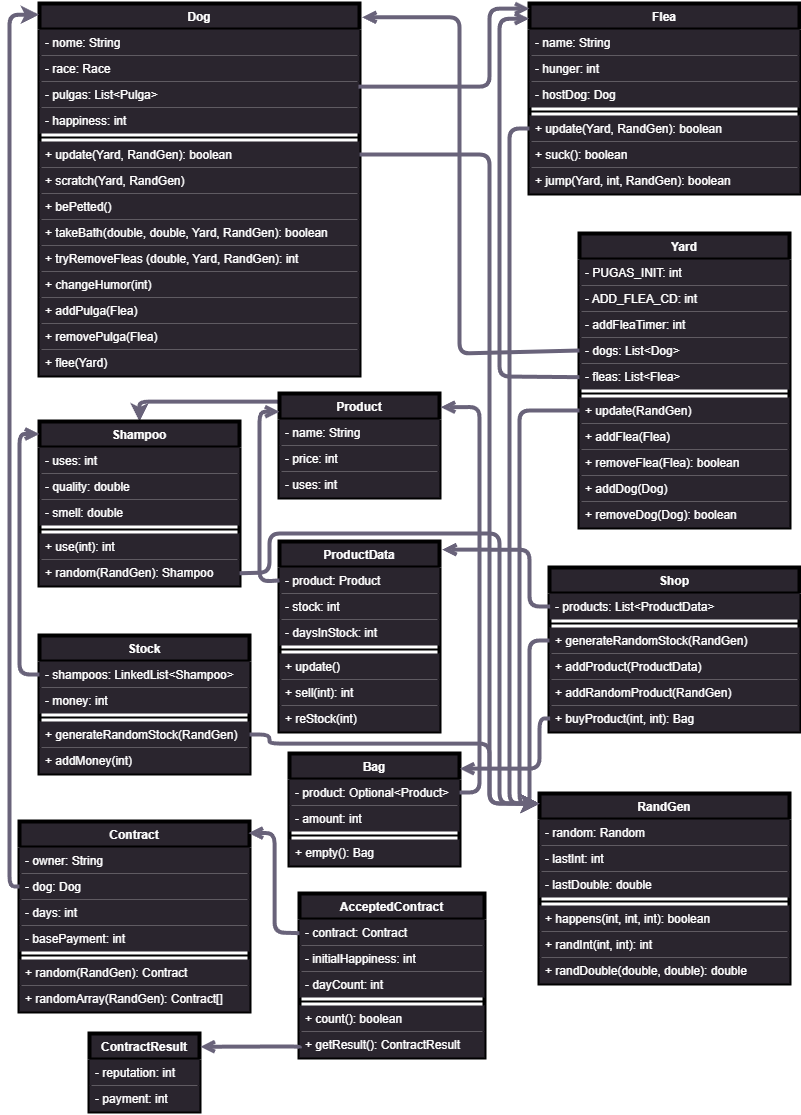
The draw.io diagram Engenharia de Software/pulgas/docs/pulgas_uml.png in paulo-granthon/bertoti, before a commit. Source tidied: cells renumbered, new cells last; positions are measured from the earlier drawing's top-left corner, leaving out a move shared by most shapes.
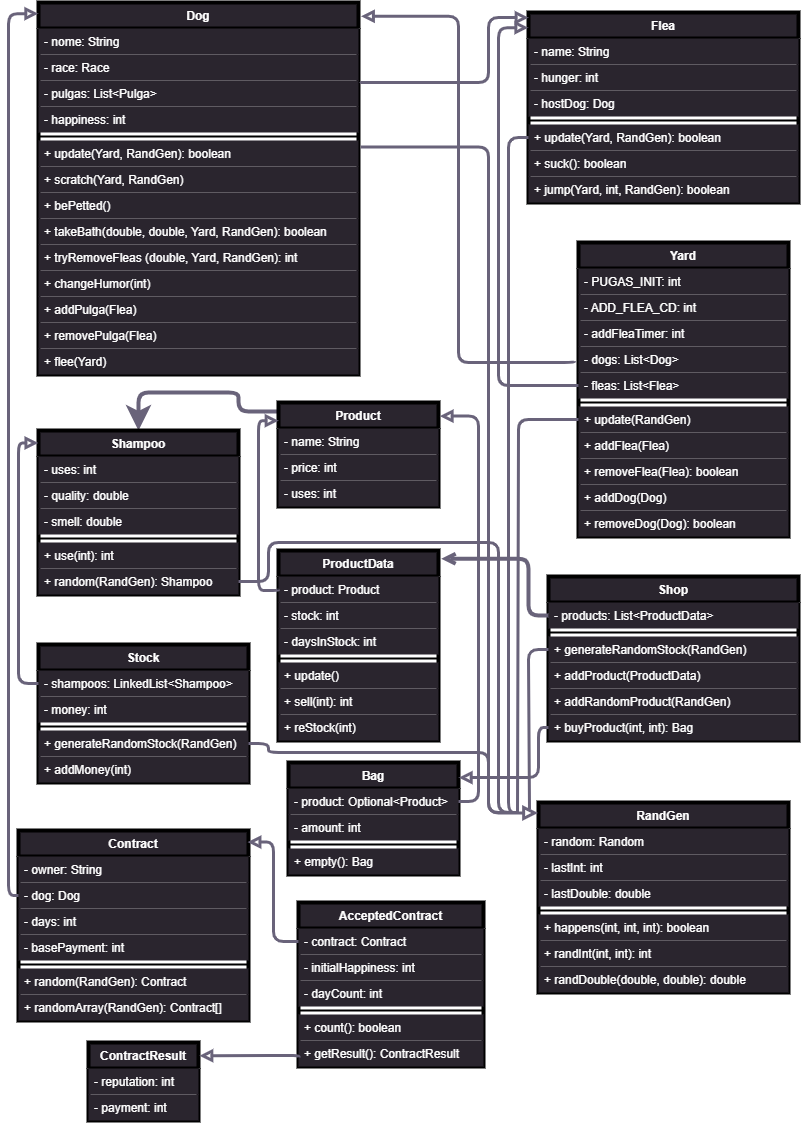
Above is the later version.

Diff of the diagram source:
```diff
@@ -3,7 +3,7 @@
     <mxCell id="0" />
     <mxCell id="1" parent="0" />
     <mxCell id="2" value="Dog" style="swimlane;fontStyle=1;align=center;verticalAlign=top;horizontal=1;startSize=26;strokeWidth=4;shadow=0;rounded=0;labelBackgroundColor=none;fontColor=#FFFFFF;labelBorderColor=none;backgroundOutline=0;enumerate=0;comic=0;snapToPoint=1;fixDash=0;fillColor=#2A252E;swimlaneLine=1;glass=0;" parent="1" vertex="1">
-      <mxGeometry x="30" width="320" height="372" as="geometry" />
+      <mxGeometry x="30" y="-10" width="320" height="372" as="geometry" />
     </mxCell>
     <mxCell id="3" value="- nome: String" style="text;strokeColor=none;fillColor=#2A252E;align=left;verticalAlign=top;spacingLeft=4;spacingRight=4;overflow=hidden;strokeWidth=2;shadow=0;rounded=0;labelBackgroundColor=none;fontColor=#FFFFFF;labelBorderColor=none;backgroundOutline=0;enumerate=0;comic=0;fixDash=0;swimlaneLine=1;glass=0;arcSize=0;" parent="2" vertex="1">
       <mxGeometry y="26" width="320" height="26" as="geometry" />
@@ -95,10 +95,12 @@
     <mxCell id="32" value="+ jump(Yard, int, RandGen): boolean" style="text;strokeColor=none;fillColor=#2A252E;align=left;verticalAlign=top;spacingLeft=4;spacingRight=4;overflow=hidden;strokeWidth=2;shadow=0;rounded=0;labelBackgroundColor=none;fontColor=#FFFFFF;labelBorderColor=none;backgroundOutline=0;enumerate=0;comic=0;fixDash=0;swimlaneLine=1;glass=0;arcSize=0;" parent="25" vertex="1">
       <mxGeometry y="164" width="270" height="26" as="geometry" />
     </mxCell>
-    <mxCell id="33" style="edgeStyle=orthogonalEdgeStyle;rounded=1;jettySize=auto;entryX=0;entryY=0.027;entryDx=0;entryDy=0;entryPerimeter=0;endArrow=open;endFill=0;exitX=0.997;exitY=0.195;exitDx=0;exitDy=0;exitPerimeter=0;strokeWidth=4;shadow=0;labelBackgroundColor=none;fontColor=#FFFFFF;labelBorderColor=none;backgroundOutline=0;enumerate=0;comic=0;snapToPoint=1;fixDash=0;swimlaneLine=1;strokeColor=#69637A;" parent="1" edge="1" source="5" target="25">
+    <mxCell id="33" style="edgeStyle=orthogonalEdgeStyle;rounded=1;jettySize=auto;entryX=0;entryY=0.027;entryDx=0;entryDy=0;entryPerimeter=0;endArrow=block;endFill=0;strokeWidth=3;shadow=0;labelBackgroundColor=none;fontColor=#FFFFFF;labelBorderColor=none;backgroundOutline=0;enumerate=0;comic=0;snapToPoint=1;fixDash=0;swimlaneLine=1;strokeColor=#69637A;" parent="1" edge="1" target="25">
       <mxGeometry relative="1" as="geometry">
+        <mxPoint x="360" y="70" as="sourcePoint" />
         <Array as="points">
-          <mxPoint x="480" y="83" />
+          <mxPoint x="349" y="70" />
+          <mxPoint x="480" y="70" />
           <mxPoint x="480" y="5" />
         </Array>
       </mxGeometry>
@@ -139,7 +141,7 @@
     <mxCell id="45" value="+ removeDog(Dog): boolean" style="text;strokeColor=none;fillColor=#2A252E;align=left;verticalAlign=top;spacingLeft=4;spacingRight=4;overflow=hidden;strokeWidth=2;shadow=0;rounded=0;labelBackgroundColor=none;fontColor=#FFFFFF;labelBorderColor=none;backgroundOutline=0;enumerate=0;comic=0;fixDash=0;perimeterSpacing=0;arcSize=0;swimlaneLine=1;" parent="34" vertex="1">
       <mxGeometry y="268" width="210" height="26" as="geometry" />
     </mxCell>
-    <mxCell id="46" style="edgeStyle=orthogonalEdgeStyle;rounded=1;jettySize=auto;entryX=-0.001;entryY=0.08;entryDx=0;entryDy=0;entryPerimeter=0;endArrow=open;endFill=0;strokeWidth=4;shadow=0;labelBackgroundColor=none;fontColor=#FFFFFF;labelBorderColor=none;backgroundOutline=0;enumerate=0;comic=0;snapToPoint=1;fixDash=0;swimlaneLine=1;strokeColor=#69637A;" parent="1" edge="1" source="39" target="25">
+    <mxCell id="46" style="edgeStyle=orthogonalEdgeStyle;rounded=1;jettySize=auto;entryX=-0.001;entryY=0.08;entryDx=0;entryDy=0;entryPerimeter=0;endArrow=block;endFill=0;strokeWidth=3;shadow=0;labelBackgroundColor=none;fontColor=#FFFFFF;labelBorderColor=none;backgroundOutline=0;enumerate=0;comic=0;snapToPoint=1;fixDash=0;swimlaneLine=1;strokeColor=#69637A;" parent="1" edge="1" source="39" target="25">
       <mxGeometry relative="1" as="geometry">
         <Array as="points">
           <mxPoint x="490" y="373" />
@@ -147,19 +149,22 @@
         </Array>
       </mxGeometry>
     </mxCell>
-    <mxCell id="47" style="edgeStyle=orthogonalEdgeStyle;rounded=1;jettySize=auto;endArrow=open;endFill=0;entryX=1.008;entryY=0.037;entryDx=0;entryDy=0;entryPerimeter=0;strokeWidth=4;shadow=0;labelBackgroundColor=none;fontColor=#FFFFFF;labelBorderColor=none;backgroundOutline=0;enumerate=0;comic=0;snapToPoint=1;fixDash=0;swimlaneLine=1;strokeColor=#69637A;" parent="1" edge="1" source="38" target="2">
+    <mxCell id="47" style="edgeStyle=orthogonalEdgeStyle;rounded=1;jettySize=auto;endArrow=block;endFill=0;entryX=1.008;entryY=0.037;entryDx=0;entryDy=0;entryPerimeter=0;strokeWidth=3;shadow=0;labelBackgroundColor=none;fontColor=#FFFFFF;labelBorderColor=none;backgroundOutline=0;enumerate=0;comic=0;snapToPoint=1;fixDash=0;swimlaneLine=1;strokeColor=#69637A;exitX=-0.019;exitY=0.563;exitDx=0;exitDy=0;exitPerimeter=0;" parent="1" edge="1" source="38" target="2">
       <mxGeometry relative="1" as="geometry">
         <Array as="points">
+          <mxPoint x="566" y="350" />
           <mxPoint x="450" y="350" />
-          <mxPoint x="450" y="14" />
+          <mxPoint x="450" y="4" />
+          <mxPoint x="353" y="4" />
         </Array>
       </mxGeometry>
     </mxCell>
-    <mxCell id="48" style="edgeStyle=orthogonalEdgeStyle;rounded=1;jettySize=auto;entryX=0.5;entryY=0;entryDx=0;entryDy=0;exitX=0.01;exitY=0.093;exitDx=0;exitDy=0;exitPerimeter=0;strokeWidth=4;shadow=0;labelBackgroundColor=none;fontColor=#FFFFFF;labelBorderColor=none;backgroundOutline=0;enumerate=0;comic=0;snapToPoint=1;fixDash=0;swimlaneLine=1;strokeColor=#69637A;" parent="1" edge="1" source="49" target="53">
+    <mxCell id="48" style="edgeStyle=orthogonalEdgeStyle;rounded=1;jettySize=auto;entryX=0.5;entryY=0;entryDx=0;entryDy=0;strokeWidth=4;shadow=0;labelBackgroundColor=none;fontColor=#FFFFFF;labelBorderColor=none;backgroundOutline=0;enumerate=0;comic=0;snapToPoint=1;fixDash=0;swimlaneLine=1;strokeColor=#69637A;endArrow=classic;endFill=1;endSize=13;exitX=0.01;exitY=0.087;exitDx=0;exitDy=0;exitPerimeter=0;" parent="1" edge="1" source="49" target="53">
       <mxGeometry relative="1" as="geometry">
         <Array as="points">
-          <mxPoint x="272" y="398" />
-          <mxPoint x="130" y="398" />
+          <mxPoint x="230" y="399" />
+          <mxPoint x="230" y="380" />
+          <mxPoint x="130" y="380" />
         </Array>
       </mxGeometry>
     </mxCell>
@@ -232,7 +237,7 @@
     <mxCell id="71" value="+ empty(): Bag" style="text;strokeColor=none;fillColor=#2A252E;align=left;verticalAlign=top;spacingLeft=4;spacingRight=4;overflow=hidden;strokeWidth=2;shadow=0;rounded=0;labelBackgroundColor=none;fontColor=#FFFFFF;labelBorderColor=none;backgroundOutline=0;enumerate=0;comic=0;fixDash=0;swimlaneLine=1;glass=0;arcSize=0;" parent="67" vertex="1">
       <mxGeometry y="86" width="170" height="26" as="geometry" />
     </mxCell>
-    <mxCell id="72" style="edgeStyle=orthogonalEdgeStyle;rounded=1;jettySize=auto;exitX=0;exitY=0.5;exitDx=0;exitDy=0;endArrow=open;endFill=0;entryX=0;entryY=0.175;entryDx=0;entryDy=0;entryPerimeter=0;strokeWidth=4;shadow=0;labelBackgroundColor=none;fontColor=#FFFFFF;labelBorderColor=none;backgroundOutline=0;enumerate=0;comic=0;snapToPoint=1;fixDash=0;swimlaneLine=1;strokeColor=#69637A;" parent="1" edge="1" source="18" target="49">
+    <mxCell id="72" style="edgeStyle=orthogonalEdgeStyle;rounded=1;jettySize=auto;exitX=0;exitY=0.5;exitDx=0;exitDy=0;endArrow=block;endFill=0;entryX=0;entryY=0.175;entryDx=0;entryDy=0;entryPerimeter=0;strokeWidth=3;shadow=0;labelBackgroundColor=none;fontColor=#FFFFFF;labelBorderColor=none;backgroundOutline=0;enumerate=0;comic=0;snapToPoint=1;fixDash=0;swimlaneLine=1;strokeColor=#69637A;" parent="1" edge="1" source="18" target="49">
       <mxGeometry relative="1" as="geometry">
         <Array as="points">
           <mxPoint x="270" y="578" />
@@ -241,7 +246,7 @@
         </Array>
       </mxGeometry>
     </mxCell>
-    <mxCell id="73" style="edgeStyle=orthogonalEdgeStyle;rounded=1;jettySize=auto;endArrow=open;endFill=0;entryX=1.008;entryY=0.131;entryDx=0;entryDy=0;entryPerimeter=0;exitX=1;exitY=0.5;exitDx=0;exitDy=0;strokeWidth=4;shadow=0;labelBackgroundColor=none;fontColor=#FFFFFF;labelBorderColor=none;backgroundOutline=0;enumerate=0;comic=0;snapToPoint=1;fixDash=0;swimlaneLine=1;strokeColor=#69637A;" parent="1" edge="1" source="68" target="49">
+    <mxCell id="73" style="edgeStyle=orthogonalEdgeStyle;rounded=1;jettySize=auto;endArrow=block;endFill=0;entryX=1.008;entryY=0.131;entryDx=0;entryDy=0;entryPerimeter=0;exitX=1;exitY=0.5;exitDx=0;exitDy=0;strokeWidth=3;shadow=0;labelBackgroundColor=none;fontColor=#FFFFFF;labelBorderColor=none;backgroundOutline=0;enumerate=0;comic=0;snapToPoint=1;fixDash=0;swimlaneLine=1;strokeColor=#69637A;" parent="1" edge="1" source="68" target="49">
       <mxGeometry relative="1" as="geometry">
         <Array as="points">
           <mxPoint x="470" y="789" />
@@ -291,7 +296,7 @@
     <mxCell id="87" value="+ addMoney(int)" style="text;strokeColor=none;fillColor=#2A252E;align=left;verticalAlign=top;spacingLeft=4;spacingRight=4;overflow=hidden;strokeWidth=2;shadow=0;rounded=0;labelBackgroundColor=none;fontColor=#FFFFFF;labelBorderColor=none;backgroundOutline=0;enumerate=0;comic=0;fixDash=0;swimlaneLine=1;glass=0;arcSize=0;" parent="82" vertex="1">
       <mxGeometry y="112" width="210" height="26" as="geometry" />
     </mxCell>
-    <mxCell id="88" style="edgeStyle=orthogonalEdgeStyle;rounded=1;jettySize=auto;entryX=-0.001;entryY=0.076;entryDx=0;entryDy=0;entryPerimeter=0;endArrow=open;endFill=0;strokeWidth=4;shadow=0;labelBackgroundColor=none;fontColor=#FFFFFF;labelBorderColor=none;backgroundOutline=0;enumerate=0;comic=0;snapToPoint=1;fixDash=0;swimlaneLine=1;strokeColor=#69637A;" parent="1" edge="1" source="83" target="53">
+    <mxCell id="88" style="edgeStyle=orthogonalEdgeStyle;rounded=1;jettySize=auto;entryX=-0.001;entryY=0.076;entryDx=0;entryDy=0;entryPerimeter=0;endArrow=block;endFill=0;strokeWidth=3;shadow=0;labelBackgroundColor=none;fontColor=#FFFFFF;labelBorderColor=none;backgroundOutline=0;enumerate=0;comic=0;snapToPoint=1;fixDash=0;swimlaneLine=1;strokeColor=#69637A;" parent="1" edge="1" source="83" target="53">
       <mxGeometry relative="1" as="geometry">
         <Array as="points">
           <mxPoint x="10" y="671" />
@@ -353,7 +358,7 @@
     <mxCell id="106" value="- payment: int" style="text;strokeColor=none;fillColor=#2A252E;align=left;verticalAlign=top;spacingLeft=4;spacingRight=4;overflow=hidden;strokeWidth=2;shadow=0;rounded=0;labelBackgroundColor=none;fontColor=#FFFFFF;labelBorderColor=none;backgroundOutline=0;enumerate=0;comic=0;fixDash=0;swimlaneLine=1;glass=0;arcSize=0;" parent="104" vertex="1">
       <mxGeometry y="52" width="110" height="26" as="geometry" />
     </mxCell>
-    <mxCell id="107" style="edgeStyle=orthogonalEdgeStyle;rounded=1;jettySize=auto;entryX=1.009;entryY=0.17;entryDx=0;entryDy=0;entryPerimeter=0;endArrow=open;endFill=0;exitX=0.002;exitY=0.649;exitDx=0;exitDy=0;exitPerimeter=0;strokeWidth=4;shadow=0;labelBackgroundColor=none;fontColor=#FFFFFF;labelBorderColor=none;backgroundOutline=0;enumerate=0;comic=0;snapToPoint=1;fixDash=0;swimlaneLine=1;strokeColor=#69637A;" parent="1" edge="1" source="103" target="104">
+    <mxCell id="107" style="edgeStyle=orthogonalEdgeStyle;rounded=1;jettySize=auto;entryX=1.009;entryY=0.17;entryDx=0;entryDy=0;entryPerimeter=0;endArrow=block;endFill=0;exitX=0.002;exitY=0.649;exitDx=0;exitDy=0;exitPerimeter=0;strokeWidth=3;shadow=0;labelBackgroundColor=none;fontColor=#FFFFFF;labelBorderColor=none;backgroundOutline=0;enumerate=0;comic=0;snapToPoint=1;fixDash=0;swimlaneLine=1;strokeColor=#69637A;" parent="1" edge="1" source="103" target="104">
       <mxGeometry relative="1" as="geometry">
         <Array as="points">
           <mxPoint x="290" y="1043" />
@@ -361,14 +366,14 @@
         </Array>
       </mxGeometry>
     </mxCell>
-    <mxCell id="108" style="edgeStyle=orthogonalEdgeStyle;rounded=1;jettySize=auto;entryX=0.996;entryY=0.061;entryDx=0;entryDy=0;entryPerimeter=0;endArrow=open;endFill=0;strokeWidth=4;shadow=0;labelBackgroundColor=none;fontColor=#FFFFFF;labelBorderColor=none;backgroundOutline=0;enumerate=0;comic=0;snapToPoint=1;fixDash=0;swimlaneLine=1;strokeColor=#69637A;" parent="1" edge="1" source="98" target="89">
+    <mxCell id="108" style="edgeStyle=orthogonalEdgeStyle;rounded=1;jettySize=auto;entryX=0.996;entryY=0.061;entryDx=0;entryDy=0;entryPerimeter=0;endArrow=block;endFill=0;strokeWidth=3;shadow=0;labelBackgroundColor=none;fontColor=#FFFFFF;labelBorderColor=none;backgroundOutline=0;enumerate=0;comic=0;snapToPoint=1;fixDash=0;swimlaneLine=1;strokeColor=#69637A;" parent="1" edge="1" source="98" target="89">
       <mxGeometry relative="1" as="geometry" />
     </mxCell>
-    <mxCell id="109" style="edgeStyle=orthogonalEdgeStyle;rounded=1;jettySize=auto;entryX=-0.001;entryY=0.03;entryDx=0;entryDy=0;entryPerimeter=0;exitX=0;exitY=0.5;exitDx=0;exitDy=0;strokeWidth=4;shadow=0;labelBackgroundColor=none;fontColor=#FFFFFF;labelBorderColor=none;backgroundOutline=0;enumerate=0;comic=0;snapToPoint=1;fixDash=0;swimlaneLine=1;strokeColor=#69637A;" parent="1" edge="1" source="91" target="2">
+    <mxCell id="109" style="edgeStyle=orthogonalEdgeStyle;rounded=1;jettySize=auto;entryX=-0.001;entryY=0.03;entryDx=0;entryDy=0;entryPerimeter=0;exitX=0;exitY=0.5;exitDx=0;exitDy=0;strokeWidth=3;shadow=0;labelBackgroundColor=none;fontColor=#FFFFFF;labelBorderColor=none;backgroundOutline=0;enumerate=0;comic=0;snapToPoint=1;fixDash=0;swimlaneLine=1;strokeColor=#69637A;endArrow=block;endFill=0;" parent="1" edge="1" source="91" target="2">
       <mxGeometry relative="1" as="geometry">
         <Array as="points">
           <mxPoint y="883" />
-          <mxPoint y="11" />
+          <mxPoint y="1" />
         </Array>
       </mxGeometry>
     </mxCell>
@@ -380,7 +385,7 @@
         </Array>
       </mxGeometry>
     </mxCell>
-    <mxCell id="111" style="edgeStyle=orthogonalEdgeStyle;rounded=1;jettySize=auto;entryX=1.002;entryY=0.135;entryDx=0;entryDy=0;entryPerimeter=0;endArrow=open;endFill=0;strokeWidth=4;shadow=0;labelBackgroundColor=none;fontColor=#FFFFFF;labelBorderColor=none;backgroundOutline=0;enumerate=0;comic=0;snapToPoint=1;fixDash=0;swimlaneLine=1;strokeColor=#69637A;" parent="1" edge="1" source="66" target="67">
+    <mxCell id="111" style="edgeStyle=orthogonalEdgeStyle;rounded=1;jettySize=auto;entryX=1.002;entryY=0.135;entryDx=0;entryDy=0;entryPerimeter=0;endArrow=block;endFill=0;strokeWidth=3;shadow=0;labelBackgroundColor=none;fontColor=#FFFFFF;labelBorderColor=none;backgroundOutline=0;enumerate=0;comic=0;snapToPoint=1;fixDash=0;swimlaneLine=1;strokeColor=#69637A;" parent="1" edge="1" source="66" target="67">
       <mxGeometry relative="1" as="geometry">
         <Array as="points">
           <mxPoint x="530" y="715" />
@@ -388,48 +393,53 @@
         </Array>
       </mxGeometry>
     </mxCell>
-    <mxCell id="112" style="edgeStyle=orthogonalEdgeStyle;rounded=1;jettySize=auto;entryX=-0.001;entryY=0.055;entryDx=0;entryDy=0;entryPerimeter=0;exitX=0;exitY=0.5;exitDx=0;exitDy=0;strokeWidth=4;shadow=0;labelBackgroundColor=none;fontColor=#FFFFFF;labelBorderColor=none;backgroundOutline=0;enumerate=0;comic=0;snapToPoint=1;fixDash=0;swimlaneLine=1;strokeColor=#69637A;" parent="1" edge="1" source="63" target="74">
+    <mxCell id="112" style="edgeStyle=orthogonalEdgeStyle;rounded=1;jettySize=auto;exitX=0;exitY=0.5;exitDx=0;exitDy=0;strokeWidth=3;shadow=0;labelBackgroundColor=none;fontColor=#FFFFFF;labelBorderColor=none;backgroundOutline=0;enumerate=0;comic=0;snapToPoint=1;fixDash=0;swimlaneLine=1;strokeColor=#69637A;endArrow=none;endFill=0;" parent="1" edge="1" source="63">
       <mxGeometry relative="1" as="geometry">
+        <mxPoint x="521" y="797" as="targetPoint" />
         <Array as="points">
           <mxPoint x="520" y="637" />
-          <mxPoint x="520" y="800" />
         </Array>
       </mxGeometry>
     </mxCell>
-    <mxCell id="113" style="edgeStyle=orthogonalEdgeStyle;rounded=1;jettySize=auto;strokeWidth=4;shadow=0;labelBackgroundColor=none;fontColor=#FFFFFF;labelBorderColor=none;backgroundOutline=0;enumerate=0;comic=0;snapToPoint=1;fixDash=0;swimlaneLine=1;strokeColor=#69637A;" parent="1" edge="1" source="41">
+    <mxCell id="113" style="edgeStyle=orthogonalEdgeStyle;rounded=1;jettySize=auto;strokeWidth=3;shadow=0;labelBackgroundColor=none;fontColor=#FFFFFF;labelBorderColor=none;backgroundOutline=0;enumerate=0;comic=0;snapToPoint=1;fixDash=0;swimlaneLine=1;strokeColor=#69637A;endArrow=none;endFill=0;" parent="1" edge="1" source="41">
       <mxGeometry relative="1" as="geometry">
-        <mxPoint x="530" y="800" as="targetPoint" />
+        <mxPoint x="509" y="800" as="targetPoint" />
         <Array as="points">
           <mxPoint x="510" y="407" />
-          <mxPoint x="510" y="800" />
         </Array>
       </mxGeometry>
     </mxCell>
-    <mxCell id="114" style="edgeStyle=orthogonalEdgeStyle;rounded=1;jettySize=auto;exitX=0;exitY=0.5;exitDx=0;exitDy=0;entryX=0;entryY=0.053;entryDx=0;entryDy=0;entryPerimeter=0;strokeWidth=4;shadow=0;labelBackgroundColor=none;fontColor=#FFFFFF;labelBorderColor=none;backgroundOutline=0;enumerate=0;comic=0;snapToPoint=1;fixDash=0;swimlaneLine=1;strokeColor=#69637A;" parent="1" edge="1" source="30" target="74">
-      <mxGeometry relative="1" as="geometry" />
+    <mxCell id="114" style="edgeStyle=orthogonalEdgeStyle;rounded=1;jettySize=auto;exitX=0;exitY=0.5;exitDx=0;exitDy=0;strokeWidth=3;shadow=0;labelBackgroundColor=none;fontColor=#FFFFFF;labelBorderColor=none;backgroundOutline=0;enumerate=0;comic=0;snapToPoint=1;fixDash=0;swimlaneLine=1;strokeColor=#69637A;endArrow=none;endFill=0;" parent="1" edge="1" source="30">
+      <mxGeometry relative="1" as="geometry">
+        <mxPoint x="510" y="800" as="targetPoint" />
+        <Array as="points">
+          <mxPoint x="500" y="125" />
+          <mxPoint x="500" y="800" />
+        </Array>
+      </mxGeometry>
     </mxCell>
-    <mxCell id="115" style="edgeStyle=orthogonalEdgeStyle;rounded=1;jettySize=auto;entryX=-0.002;entryY=0.055;entryDx=0;entryDy=0;entryPerimeter=0;strokeWidth=4;shadow=0;labelBackgroundColor=none;fontColor=#FFFFFF;labelBorderColor=none;backgroundOutline=0;enumerate=0;comic=0;snapToPoint=1;fixDash=0;swimlaneLine=1;strokeColor=#69637A;" parent="1" edge="1" source="8" target="74">
+    <mxCell id="115" style="edgeStyle=orthogonalEdgeStyle;rounded=1;jettySize=auto;entryX=-0.002;entryY=0.055;entryDx=0;entryDy=0;entryPerimeter=0;strokeWidth=3;shadow=0;labelBackgroundColor=none;fontColor=#FFFFFF;labelBorderColor=none;backgroundOutline=0;enumerate=0;comic=0;snapToPoint=1;fixDash=0;swimlaneLine=1;strokeColor=#69637A;endArrow=block;endFill=0;exitX=1.007;exitY=0.251;exitDx=0;exitDy=0;exitPerimeter=0;endSize=8;" parent="1" edge="1" source="8" target="74">
       <mxGeometry relative="1" as="geometry">
         <Array as="points">
-          <mxPoint x="480" y="151" />
+          <mxPoint x="480" y="135" />
           <mxPoint x="480" y="800" />
-          <mxPoint x="529" y="800" />
         </Array>
       </mxGeometry>
     </mxCell>
-    <mxCell id="116" style="edgeStyle=orthogonalEdgeStyle;rounded=1;jettySize=auto;entryX=-0.001;entryY=0.055;entryDx=0;entryDy=0;entryPerimeter=0;strokeWidth=4;shadow=0;labelBackgroundColor=none;fontColor=#FFFFFF;labelBorderColor=none;backgroundOutline=0;enumerate=0;comic=0;snapToPoint=1;fixDash=0;swimlaneLine=1;strokeColor=#69637A;" parent="1" edge="1" source="59" target="74">
+    <mxCell id="116" style="edgeStyle=orthogonalEdgeStyle;rounded=1;jettySize=auto;strokeWidth=3;shadow=0;labelBackgroundColor=none;fontColor=#FFFFFF;labelBorderColor=none;backgroundOutline=0;enumerate=0;comic=0;snapToPoint=1;fixDash=0;swimlaneLine=1;strokeColor=#69637A;endArrow=none;endFill=0;" parent="1" edge="1" source="59">
       <mxGeometry relative="1" as="geometry">
+        <mxPoint x="510" y="800" as="targetPoint" />
         <Array as="points">
           <mxPoint x="260" y="569" />
           <mxPoint x="260" y="530" />
           <mxPoint x="490" y="530" />
           <mxPoint x="490" y="800" />
-          <mxPoint x="530" y="800" />
         </Array>
       </mxGeometry>
     </mxCell>
-    <mxCell id="117" style="edgeStyle=orthogonalEdgeStyle;rounded=1;jettySize=auto;entryX=0;entryY=0.053;entryDx=0;entryDy=0;entryPerimeter=0;exitX=1;exitY=0.5;exitDx=0;exitDy=0;strokeWidth=4;shadow=0;labelBackgroundColor=none;fontColor=#FFFFFF;labelBorderColor=none;backgroundOutline=0;enumerate=0;comic=0;snapToPoint=1;fixDash=0;swimlaneLine=1;strokeColor=#69637A;" parent="1" edge="1" source="86" target="74">
+    <mxCell id="117" style="edgeStyle=orthogonalEdgeStyle;rounded=1;jettySize=auto;exitX=1;exitY=0.5;exitDx=0;exitDy=0;strokeWidth=3;shadow=0;labelBackgroundColor=none;fontColor=#FFFFFF;labelBorderColor=none;backgroundOutline=0;enumerate=0;comic=0;snapToPoint=1;fixDash=0;swimlaneLine=1;strokeColor=#69637A;endArrow=none;endFill=0;endSize=13;" parent="1" edge="1" source="86">
       <mxGeometry relative="1" as="geometry">
+        <mxPoint x="510" y="800" as="targetPoint" />
         <Array as="points">
           <mxPoint x="260" y="731" />
           <mxPoint x="260" y="740" />
```
